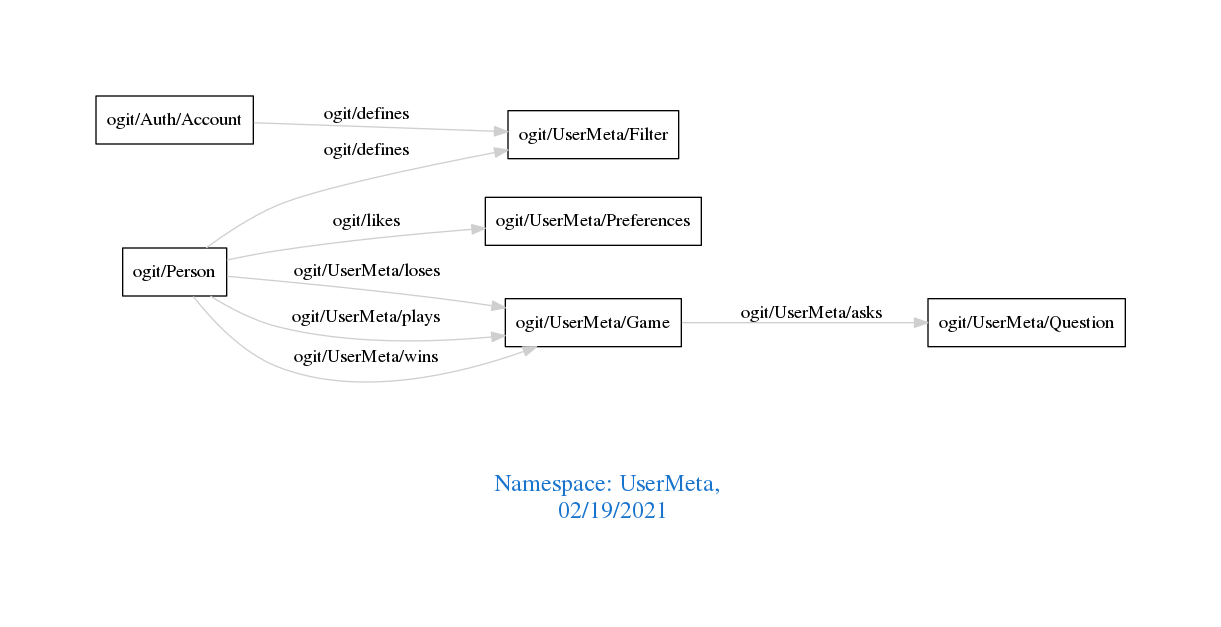
This is downloads/UserMeta.png from arago/OGIT, a Graphviz export, as it was before one commit. Its source is kept beside it as downloads/UserMeta.dot.
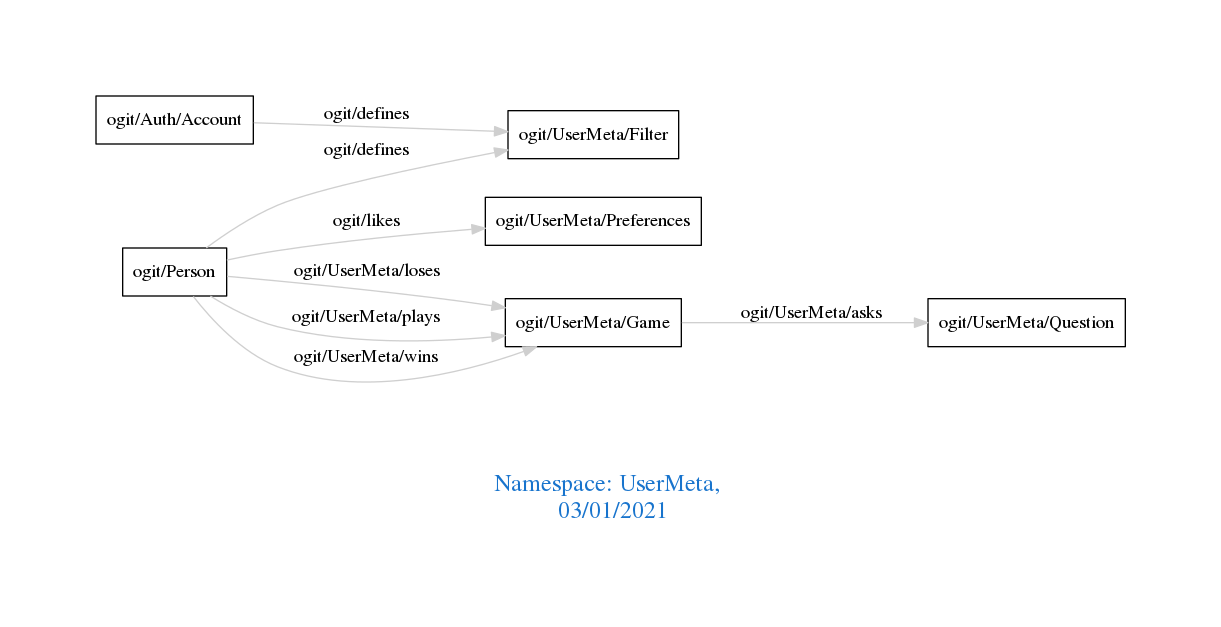
The same diagram one commit later.

Change to the diagram source:
```diff
@@ -1,7 +1,7 @@
 digraph OGIT_ontology {
  graph [ rankdir= LR,pad=1
 fontsize = 18,
-fontcolor= dodgerblue3,label = "\n\n\nNamespace: UserMeta, \n 02/19/2021"];
+fontcolor= dodgerblue3,label = "\n\n\nNamespace: UserMeta, \n 03/01/2021"];
 node[shape=polygon];
 edge [  color="gray81"];
 
```
